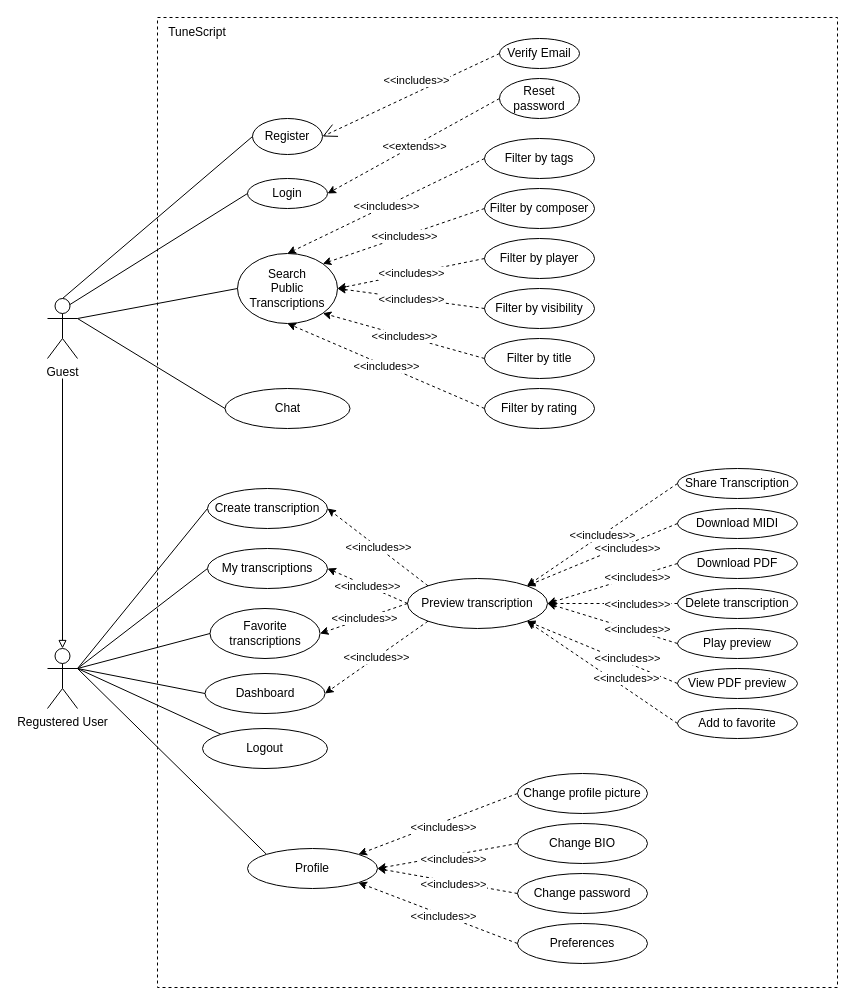
mj300405/TuneScript keeps this draw.io diagram as thesis/diagrams/use_case.drawio. Above is the earlier version. Source tidied: cells renumbered, new cells numbered last; positions are measured from the earlier drawing's top-left corner, leaving out a move shared by most shapes. Both pictures are drawn from the tidied source at 100%, with x=0, y=0 at pixel (47, 17).
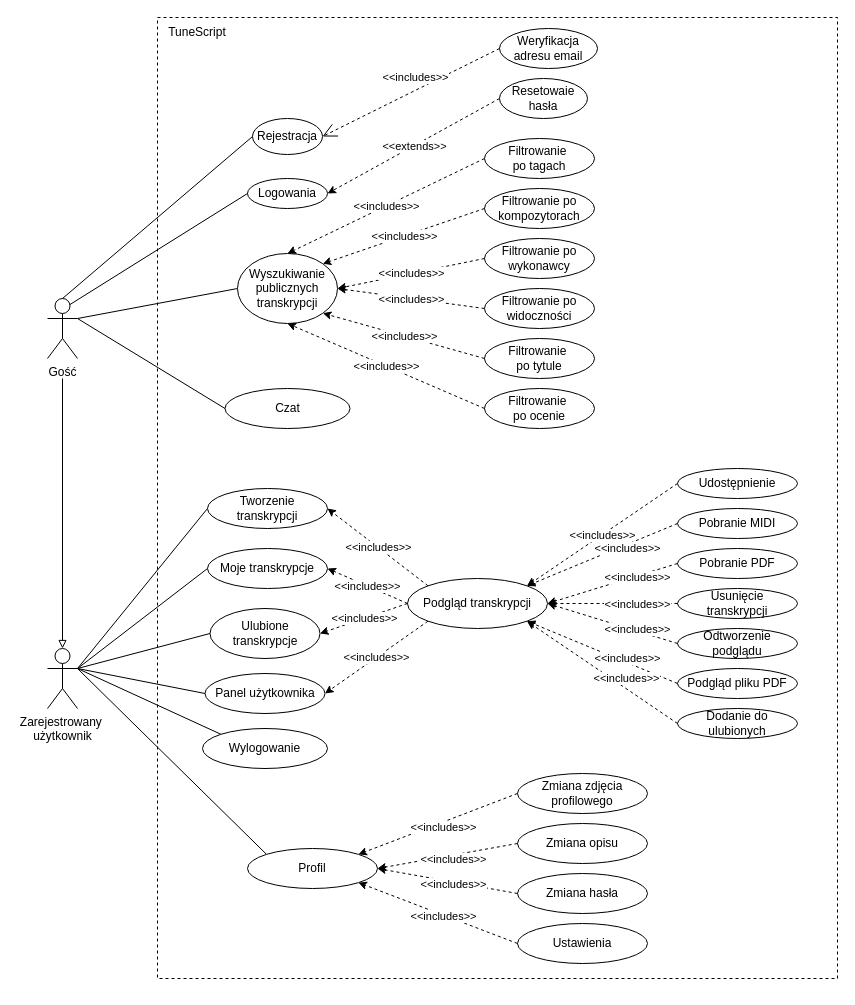
Above is the later version.

Change to the diagram source:
```diff
@@
-    <mxCell id="3" value="Guest" style="shape=umlActor;verticalLabelPosition=bottom;verticalAlign=top;html=1;outlineConnect=0;" parent="1" vertex="1">
+    <mxCell id="3" value="Gość" style="shape=umlActor;verticalLabelPosition=bottom;verticalAlign=top;html=1;outlineConnect=0;" parent="1" vertex="1">
       <mxGeometry y="281" width="30" height="60" as="geometry" />
     </mxCell>
@@
-    <mxCell id="10" value="Regustered User" style="shape=umlActor;verticalLabelPosition=bottom;verticalAlign=top;html=1;outlineConnect=0;" parent="1" vertex="1">
+    <mxCell id="10" value="Zarejestrowany&amp;nbsp;&lt;div&gt;użytkownik&lt;/div&gt;" style="shape=umlActor;verticalLabelPosition=bottom;verticalAlign=top;html=1;outlineConnect=0;" parent="1" vertex="1">
       <mxGeometry y="631" width="30" height="60" as="geometry" />
     </mxCell>
-    <mxCell id="11" value="Register" style="ellipse;whiteSpace=wrap;html=1;" parent="1" vertex="1">
+    <mxCell id="11" value="Rejestracja" style="ellipse;whiteSpace=wrap;html=1;" parent="1" vertex="1">
       <mxGeometry x="205" y="101" width="70" height="36" as="geometry" />
     </mxCell>
-    <mxCell id="12" value="Verify Email" style="ellipse;whiteSpace=wrap;html=1;" parent="1" vertex="1">
-      <mxGeometry x="452" y="21" width="80" height="30" as="geometry" />
+    <mxCell id="12" value="Weryfikacja adresu email" style="ellipse;whiteSpace=wrap;html=1;" parent="1" vertex="1">
+      <mxGeometry x="452" y="11" width="98" height="40" as="geometry" />
     </mxCell>
@@
-    <mxCell id="14" value="Login" style="ellipse;whiteSpace=wrap;html=1;" parent="1" vertex="1">
+    <mxCell id="14" value="Logowania" style="ellipse;whiteSpace=wrap;html=1;" parent="1" vertex="1">
       <mxGeometry x="200" y="161" width="80" height="30" as="geometry" />
     </mxCell>
-    <mxCell id="15" value="Search&lt;div&gt;Public&lt;/div&gt;&lt;div&gt;Transcriptions&lt;/div&gt;" style="ellipse;whiteSpace=wrap;html=1;" parent="1" vertex="1">
+    <mxCell id="15" value="Wyszukiwanie&lt;div&gt;publicznych&lt;/div&gt;&lt;div&gt;transkrypcji&lt;/div&gt;" style="ellipse;whiteSpace=wrap;html=1;" parent="1" vertex="1">
       <mxGeometry x="190" y="236" width="100" height="70" as="geometry" />
     </mxCell>
-    <mxCell id="16" value="Filter by tags" style="ellipse;whiteSpace=wrap;html=1;" parent="1" vertex="1">
+    <mxCell id="16" value="Filtrowanie&amp;nbsp;&lt;div&gt;po tagach&lt;/div&gt;" style="ellipse;whiteSpace=wrap;html=1;" parent="1" vertex="1">
       <mxGeometry x="437" y="121" width="110" height="40" as="geometry" />
     </mxCell>
-    <mxCell id="17" value="Filter by composer" style="ellipse;whiteSpace=wrap;html=1;" parent="1" vertex="1">
+    <mxCell id="17" value="Filtrowanie po kompozytorach" style="ellipse;whiteSpace=wrap;html=1;" parent="1" vertex="1">
       <mxGeometry x="437" y="171" width="110" height="40" as="geometry" />
     </mxCell>
-    <mxCell id="18" value="Filter by player" style="ellipse;whiteSpace=wrap;html=1;" parent="1" vertex="1">
+    <mxCell id="18" value="Filtrowanie po wykonawcy" style="ellipse;whiteSpace=wrap;html=1;" parent="1" vertex="1">
       <mxGeometry x="437" y="221" width="110" height="40" as="geometry" />
     </mxCell>
-    <mxCell id="19" value="Filter by visibility" style="ellipse;whiteSpace=wrap;html=1;" parent="1" vertex="1">
+    <mxCell id="19" value="Filtrowanie po widoczności" style="ellipse;whiteSpace=wrap;html=1;" parent="1" vertex="1">
       <mxGeometry x="437" y="271" width="110" height="40" as="geometry" />
     </mxCell>
-    <mxCell id="20" value="Filter by title" style="ellipse;whiteSpace=wrap;html=1;" parent="1" vertex="1">
+    <mxCell id="20" value="Filtrowanie&amp;nbsp;&lt;div&gt;po tytule&lt;/div&gt;" style="ellipse;whiteSpace=wrap;html=1;" parent="1" vertex="1">
       <mxGeometry x="437" y="321" width="110" height="40" as="geometry" />
     </mxCell>
-    <mxCell id="21" value="Filter by rating" style="ellipse;whiteSpace=wrap;html=1;" parent="1" vertex="1">
+    <mxCell id="21" value="Filtrowanie&amp;nbsp;&lt;div&gt;po ocenie&lt;/div&gt;" style="ellipse;whiteSpace=wrap;html=1;" parent="1" vertex="1">
       <mxGeometry x="437" y="371" width="110" height="40" as="geometry" />
     </mxCell>
@@
-    <mxCell id="36" value="Reset password" style="ellipse;whiteSpace=wrap;html=1;" parent="1" vertex="1">
-      <mxGeometry x="452" y="61" width="80" height="40" as="geometry" />
+    <mxCell id="36" value="Resetowaie&lt;div&gt;hasła&lt;/div&gt;" style="ellipse;whiteSpace=wrap;html=1;" parent="1" vertex="1">
+      <mxGeometry x="452" y="61" width="88" height="40" as="geometry" />
     </mxCell>
@@
-    <mxCell id="40" value="Create transcription" style="ellipse;whiteSpace=wrap;html=1;" parent="1" vertex="1">
+    <mxCell id="40" value="Tworzenie transkrypcji" style="ellipse;whiteSpace=wrap;html=1;" parent="1" vertex="1">
       <mxGeometry x="160" y="471" width="120" height="40" as="geometry" />
     </mxCell>
-    <mxCell id="41" value="My transcriptions" style="ellipse;whiteSpace=wrap;html=1;" parent="1" vertex="1">
+    <mxCell id="41" value="Moje transkrypcje" style="ellipse;whiteSpace=wrap;html=1;" parent="1" vertex="1">
       <mxGeometry x="160" y="531" width="120" height="40" as="geometry" />
     </mxCell>
-    <mxCell id="42" value="Favorite transcriptions" style="ellipse;whiteSpace=wrap;html=1;" parent="1" vertex="1">
+    <mxCell id="42" value="Ulubione&lt;div&gt;transkrypcje&lt;/div&gt;" style="ellipse;whiteSpace=wrap;html=1;" parent="1" vertex="1">
       <mxGeometry x="162.5" y="591" width="110" height="50" as="geometry" />
     </mxCell>
-    <mxCell id="43" value="Preview transcription" style="ellipse;whiteSpace=wrap;html=1;" parent="1" vertex="1">
+    <mxCell id="43" value="Podgląd transkrypcji" style="ellipse;whiteSpace=wrap;html=1;" parent="1" vertex="1">
       <mxGeometry x="360" y="561" width="140" height="50" as="geometry" />
     </mxCell>
@@
-    <mxCell id="50" value="Share Transcription" style="ellipse;whiteSpace=wrap;html=1;" parent="1" vertex="1">
+    <mxCell id="50" value="Udostępnienie" style="ellipse;whiteSpace=wrap;html=1;" parent="1" vertex="1">
       <mxGeometry x="630" y="451" width="120" height="30" as="geometry" />
     </mxCell>
-    <mxCell id="51" value="Download MIDI" style="ellipse;whiteSpace=wrap;html=1;" parent="1" vertex="1">
+    <mxCell id="51" value="Pobranie MIDI" style="ellipse;whiteSpace=wrap;html=1;" parent="1" vertex="1">
       <mxGeometry x="630" y="491" width="120" height="30" as="geometry" />
     </mxCell>
-    <mxCell id="52" value="Download PDF" style="ellipse;whiteSpace=wrap;html=1;" parent="1" vertex="1">
+    <mxCell id="52" value="Pobranie PDF" style="ellipse;whiteSpace=wrap;html=1;" parent="1" vertex="1">
       <mxGeometry x="630" y="531" width="120" height="30" as="geometry" />
     </mxCell>
-    <mxCell id="53" value="Delete transcription" style="ellipse;whiteSpace=wrap;html=1;" parent="1" vertex="1">
+    <mxCell id="53" value="Usunięcie&lt;div&gt;transkrypcji&lt;/div&gt;" style="ellipse;whiteSpace=wrap;html=1;" parent="1" vertex="1">
       <mxGeometry x="630" y="571" width="120" height="30" as="geometry" />
     </mxCell>
-    <mxCell id="54" value="Dashboard" style="ellipse;whiteSpace=wrap;html=1;" parent="1" vertex="1">
+    <mxCell id="54" value="Panel użytkownika" style="ellipse;whiteSpace=wrap;html=1;" parent="1" vertex="1">
       <mxGeometry x="157.5" y="656" width="120" height="40" as="geometry" />
     </mxCell>
@@
-    <mxCell id="57" value="Play preview" style="ellipse;whiteSpace=wrap;html=1;" parent="1" vertex="1">
+    <mxCell id="57" value="Odtworzenie podglądu" style="ellipse;whiteSpace=wrap;html=1;" parent="1" vertex="1">
       <mxGeometry x="630" y="611" width="120" height="30" as="geometry" />
     </mxCell>
-    <mxCell id="58" value="View PDF preview" style="ellipse;whiteSpace=wrap;html=1;" parent="1" vertex="1">
+    <mxCell id="58" value="Podgląd pliku PDF" style="ellipse;whiteSpace=wrap;html=1;" parent="1" vertex="1">
       <mxGeometry x="630" y="651" width="120" height="30" as="geometry" />
     </mxCell>
-    <mxCell id="59" value="Add to favorite" style="ellipse;whiteSpace=wrap;html=1;" parent="1" vertex="1">
+    <mxCell id="59" value="Dodanie do ulubionych" style="ellipse;whiteSpace=wrap;html=1;" parent="1" vertex="1">
       <mxGeometry x="630" y="691" width="120" height="30" as="geometry" />
     </mxCell>
-    <mxCell id="60" value="Logout" style="ellipse;whiteSpace=wrap;html=1;" parent="1" vertex="1">
+    <mxCell id="60" value="Wylogowanie" style="ellipse;whiteSpace=wrap;html=1;" parent="1" vertex="1">
       <mxGeometry x="155" y="711" width="125" height="40" as="geometry" />
     </mxCell>
-    <mxCell id="61" value="Profile" style="ellipse;whiteSpace=wrap;html=1;" parent="1" vertex="1">
+    <mxCell id="61" value="Profil" style="ellipse;whiteSpace=wrap;html=1;" parent="1" vertex="1">
       <mxGeometry x="200" y="831" width="130" height="40" as="geometry" />
     </mxCell>
-    <mxCell id="62" value="Change profile picture" style="ellipse;whiteSpace=wrap;html=1;" parent="1" vertex="1">
+    <mxCell id="62" value="Zmiana zdjęcia profilowego" style="ellipse;whiteSpace=wrap;html=1;" parent="1" vertex="1">
       <mxGeometry x="470" y="756" width="130" height="40" as="geometry" />
     </mxCell>
-    <mxCell id="63" value="Change BIO" style="ellipse;whiteSpace=wrap;html=1;" parent="1" vertex="1">
+    <mxCell id="63" value="Zmiana opisu" style="ellipse;whiteSpace=wrap;html=1;" parent="1" vertex="1">
       <mxGeometry x="470" y="806" width="130" height="40" as="geometry" />
     </mxCell>
-    <mxCell id="64" value="Change password" style="ellipse;whiteSpace=wrap;html=1;" parent="1" vertex="1">
+    <mxCell id="64" value="Zmiana hasła" style="ellipse;whiteSpace=wrap;html=1;" parent="1" vertex="1">
       <mxGeometry x="470" y="856" width="130" height="40" as="geometry" />
     </mxCell>
-    <mxCell id="65" value="Preferences" style="ellipse;whiteSpace=wrap;html=1;" parent="1" vertex="1">
+    <mxCell id="65" value="Ustawienia" style="ellipse;whiteSpace=wrap;html=1;" parent="1" vertex="1">
       <mxGeometry x="470" y="906" width="130" height="40" as="geometry" />
     </mxCell>
-    <mxCell id="66" value="Chat" style="ellipse;whiteSpace=wrap;html=1;" parent="1" vertex="1">
+    <mxCell id="66" value="Czat" style="ellipse;whiteSpace=wrap;html=1;" parent="1" vertex="1">
       <mxGeometry x="177.5" y="371" width="125" height="40" as="geometry" />
     </mxCell>
@@
     <mxCell id="89" style="rounded=0;whiteSpace=wrap;html=1;dashed=1;fillColor=none;" parent="1" vertex="1">
-      <mxGeometry x="110" width="680" height="970" as="geometry" />
+      <mxGeometry x="110" width="680" height="961" as="geometry" />
     </mxCell>
```
